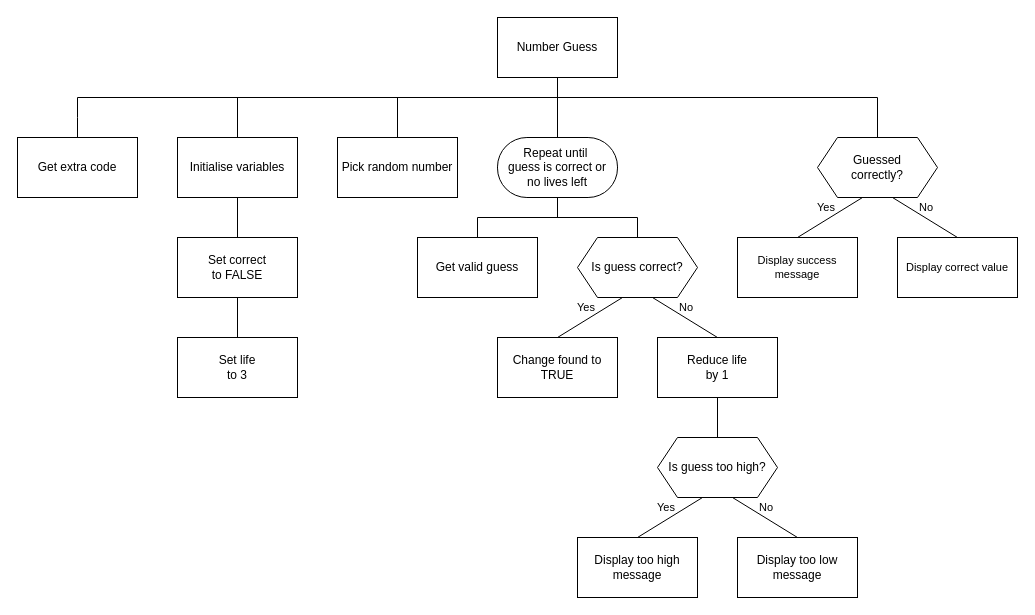
MrFriendCS/MrFriendCS.github.io keeps this draw.io diagram as page "sd5" (5 of 5) of n5-cs/sdd/N5-SDD-Chance/assets/N5 SDD Chance.drawio. Above is the earlier version. Source tidied: cells renumbered, new cells numbered last; positions are measured from the earlier drawing's top-left corner, leaving out a move shared by most shapes. Both pictures are drawn from the tidied source at 100%, with x=0, y=0 at pixel (17, 17).
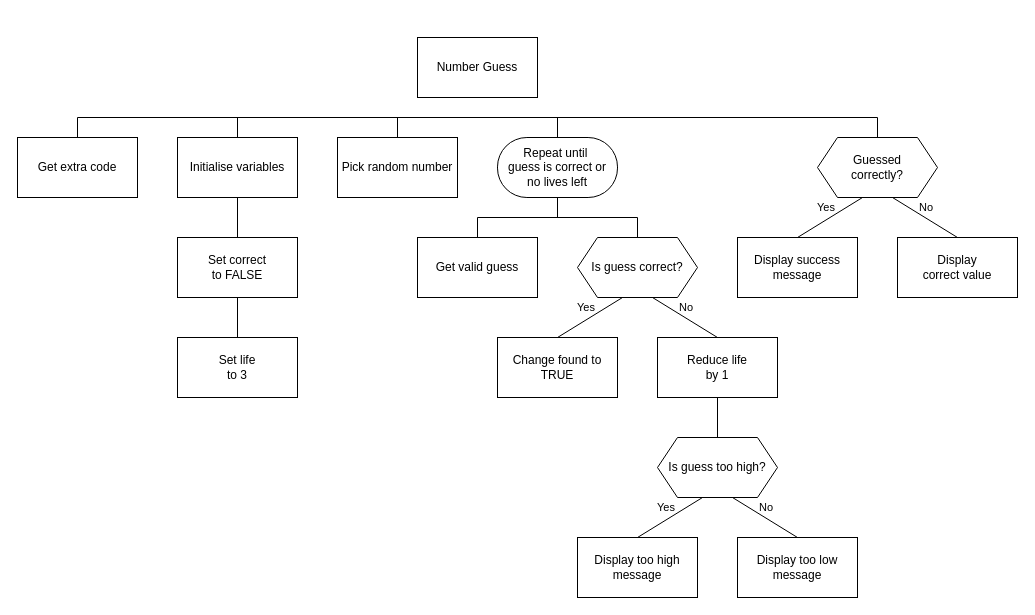
The same page after the edit.

Unchanged cells that the change refers to:
```xml
<mxCell id="6" value="Initialise variables" style="rounded=0;whiteSpace=wrap;html=1;fillColor=none;" parent="1" vertex="1">
  <mxGeometry x="160" y="120" width="120" height="60" as="geometry" />
</mxCell>
<mxCell id="8" value="Pick random number" style="rounded=0;whiteSpace=wrap;html=1;fillColor=none;" parent="1" vertex="1">
  <mxGeometry x="320" y="120" width="120" height="60" as="geometry" />
</mxCell>
<mxCell id="11" value="Repeat until&amp;nbsp;&lt;div&gt;guess&lt;span style=&quot;background-color: initial;&quot;&gt;&amp;nbsp;is correct or&lt;/span&gt;&lt;/div&gt;&lt;div&gt;&lt;span style=&quot;background-color: initial;&quot;&gt;no&amp;nbsp;&lt;/span&gt;&lt;span style=&quot;background-color: initial;&quot;&gt;lives left&lt;/span&gt;&lt;/div&gt;" style="rounded=1;whiteSpace=wrap;html=1;arcSize=49;fillColor=none;" parent="1" vertex="1">
  <mxGeometry x="480" y="120" width="120" height="60" as="geometry" />
</mxCell>
<mxCell id="27" value="Guessed&lt;div&gt;correctly?&lt;/div&gt;" style="shape=hexagon;perimeter=hexagonPerimeter2;whiteSpace=wrap;html=1;fixedSize=1;fillColor=none;" parent="1" vertex="1">
  <mxGeometry x="800" y="120" width="120" height="60" as="geometry" />
</mxCell>
<mxCell id="37" value="Get extra code" style="rounded=0;whiteSpace=wrap;html=1;fillColor=none;" parent="1" vertex="1">
  <mxGeometry y="120" width="120" height="60" as="geometry" />
</mxCell>
```

Diff of the diagram source:
```diff
@@
     <mxCell id="2" style="edgeStyle=none;shape=connector;rounded=0;jettySize=auto;html=1;exitX=0.5;exitY=1;exitDx=0;exitDy=0;strokeColor=default;align=center;verticalAlign=middle;fontFamily=Helvetica;fontSize=11;fontColor=default;labelBackgroundColor=default;endArrow=none;endFill=0;" parent="1" edge="1" source="3">
       <mxGeometry relative="1" as="geometry">
-        <mxPoint x="540" y="80" as="targetPoint" />
+        <mxPoint x="460" y="80" as="targetPoint" />
       </mxGeometry>
     </mxCell>
     <mxCell id="3" value="Number Guess" style="rounded=0;whiteSpace=wrap;html=1;fillColor=none;" parent="1" vertex="1">
-      <mxGeometry x="480" width="120" height="60" as="geometry" />
+      <mxGeometry x="400" y="20" width="120" height="60" as="geometry" />
     </mxCell>
     <mxCell id="4" style="edgeStyle=none;shape=connector;rounded=0;jettySize=auto;html=1;exitX=0.5;exitY=0;exitDx=0;exitDy=0;strokeColor=default;align=center;verticalAlign=middle;fontFamily=Helvetica;fontSize=11;fontColor=default;labelBackgroundColor=default;endArrow=none;endFill=0;" parent="1" edge="1" source="6">
       <mxGeometry relative="1" as="geometry">
-        <mxPoint x="220" y="80" as="targetPoint" />
+        <mxPoint x="220" y="100" as="targetPoint" />
       </mxGeometry>
     </mxCell>
@@
     <mxCell id="7" style="edgeStyle=none;shape=connector;rounded=0;jettySize=auto;html=1;exitX=0.5;exitY=0;exitDx=0;exitDy=0;strokeColor=default;align=center;verticalAlign=middle;fontFamily=Helvetica;fontSize=11;fontColor=default;labelBackgroundColor=default;endArrow=none;endFill=0;" parent="1" edge="1" source="8">
       <mxGeometry relative="1" as="geometry">
-        <mxPoint x="380" y="80" as="targetPoint" />
+        <mxPoint x="380" y="100" as="targetPoint" />
       </mxGeometry>
     </mxCell>
@@
     <mxCell id="9" style="edgeStyle=none;shape=connector;rounded=0;jettySize=auto;html=1;exitX=0.5;exitY=0;exitDx=0;exitDy=0;strokeColor=default;align=center;verticalAlign=middle;fontFamily=Helvetica;fontSize=11;fontColor=default;labelBackgroundColor=default;endArrow=none;endFill=0;" parent="1" edge="1" source="11">
       <mxGeometry relative="1" as="geometry">
-        <mxPoint x="540" y="80" as="targetPoint" />
+        <mxPoint x="540" y="100" as="targetPoint" />
       </mxGeometry>
     </mxCell>
@@
     <mxCell id="26" style="edgeStyle=none;shape=connector;rounded=0;jettySize=auto;html=1;exitX=0.5;exitY=0;exitDx=0;exitDy=0;strokeColor=default;align=center;verticalAlign=middle;fontFamily=Helvetica;fontSize=11;fontColor=default;labelBackgroundColor=default;endArrow=none;endFill=0;" parent="1" edge="1" source="27">
       <mxGeometry relative="1" as="geometry">
-        <mxPoint x="860" y="80" as="targetPoint" />
+        <mxPoint x="860" y="100" as="targetPoint" />
       </mxGeometry>
     </mxCell>
@@
-    <mxCell id="29" value="Display success message" style="rounded=0;whiteSpace=wrap;html=1;fontFamily=Helvetica;fontSize=11;fontColor=default;labelBackgroundColor=default;fillColor=none;" parent="1" vertex="1">
+    <mxCell id="29" value="&lt;font style=&quot;font-size: 12px;&quot;&gt;Display success message&lt;/font&gt;" style="rounded=0;whiteSpace=wrap;html=1;fontFamily=Helvetica;fontSize=11;fontColor=default;labelBackgroundColor=none;fillColor=none;" parent="1" vertex="1">
       <mxGeometry x="720" y="220" width="120" height="60" as="geometry" />
     </mxCell>
@@
-    <mxCell id="31" value="Display correct value" style="rounded=0;whiteSpace=wrap;html=1;fontFamily=Helvetica;fontSize=11;fontColor=default;labelBackgroundColor=default;fillColor=none;" parent="1" vertex="1">
+    <mxCell id="31" value="&lt;font style=&quot;font-size: 12px;&quot;&gt;Display&lt;/font&gt;&lt;div&gt;&lt;font style=&quot;font-size: 12px;&quot;&gt;correct value&lt;/font&gt;&lt;/div&gt;" style="rounded=0;whiteSpace=wrap;html=1;fontFamily=Helvetica;fontSize=11;fontColor=default;labelBackgroundColor=none;fillColor=none;" parent="1" vertex="1">
       <mxGeometry x="880" y="220" width="120" height="60" as="geometry" />
     </mxCell>
     <mxCell id="32" style="endArrow=none;html=1;rounded=0;strokeColor=default;align=center;verticalAlign=middle;fontFamily=Helvetica;fontSize=11;fontColor=default;labelBackgroundColor=default;" parent="1" edge="1">
       <mxGeometry relative="1" as="geometry">
-        <mxPoint x="60" y="80" as="sourcePoint" />
-        <mxPoint x="860" y="80" as="targetPoint" />
+        <mxPoint x="60" y="100" as="sourcePoint" />
+        <mxPoint x="860" y="100" as="targetPoint" />
       </mxGeometry>
     </mxCell>
@@
     <mxCell id="36" style="edgeStyle=orthogonalEdgeStyle;rounded=0;jettySize=auto;html=1;exitX=0.5;exitY=0;exitDx=0;exitDy=0;endArrow=none;endFill=0;" parent="1" edge="1" source="37">
       <mxGeometry relative="1" as="geometry">
-        <mxPoint x="60" y="80" as="targetPoint" />
+        <mxPoint x="60" y="100" as="targetPoint" />
       </mxGeometry>
     </mxCell>
```
